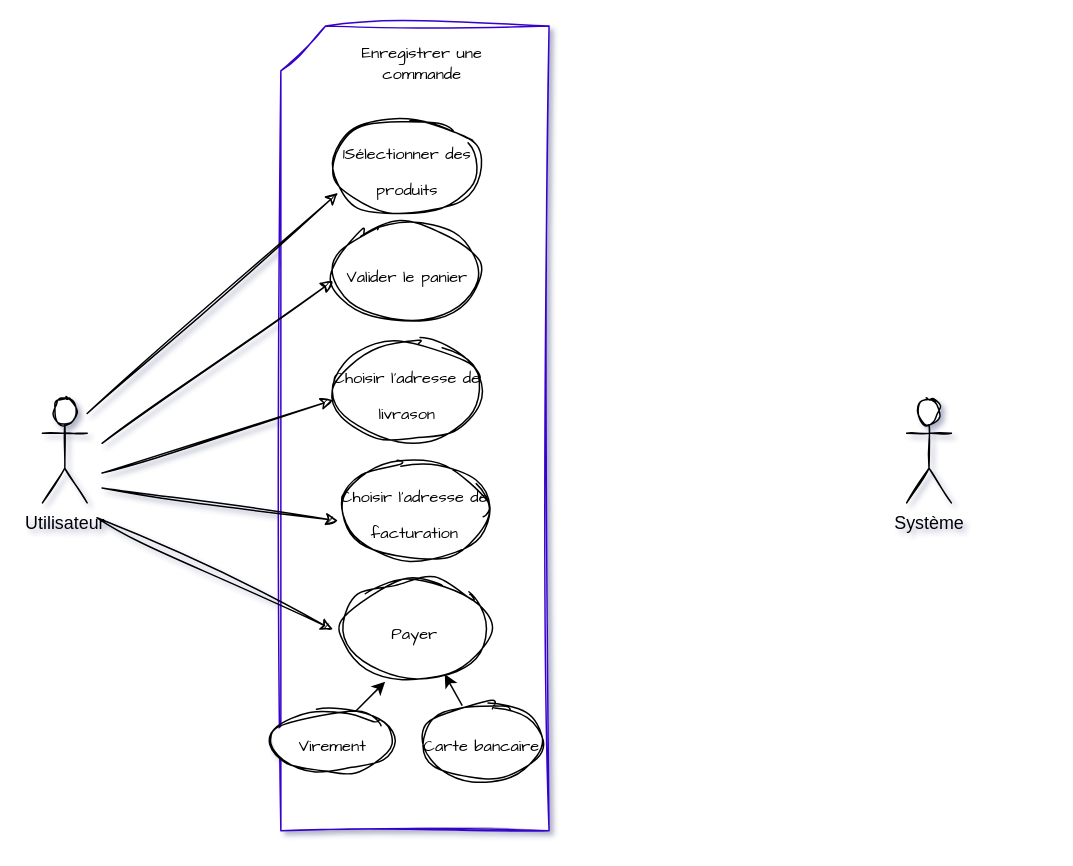
Before: UML/diagramme/casUtilisationEnregistrer.drawio in DioufFLR/TheGoldenGun, a draw.io diagram. Source tidied: cells renumbered, new cells numbered last; positions are measured from the earlier drawing's top-left corner, leaving out a move shared by most shapes. Both pictures are drawn from the tidied source at 149%, with x=0, y=0 at pixel (42, 25).
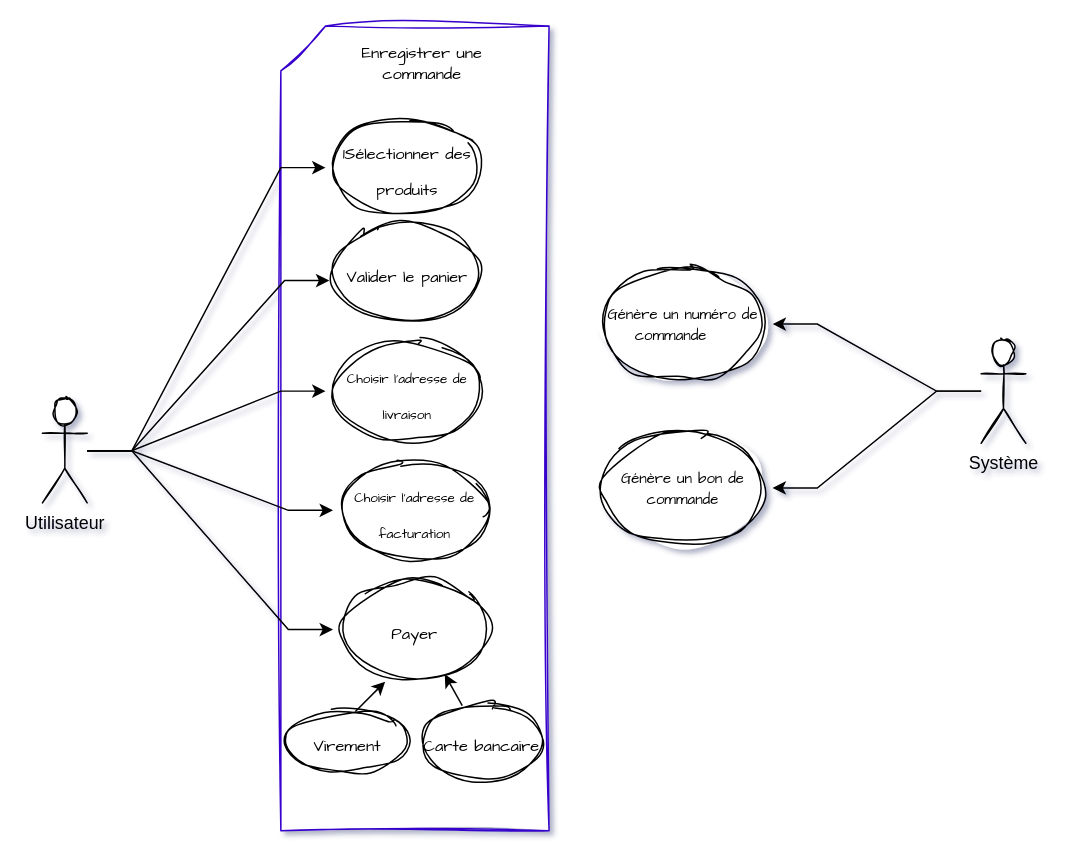
Above is the later version.

Commit message:
:hammer: diagramme de cas d'utlisation pour enregistrer une commande

Unchanged cells that the change refers to:
```xml
<mxCell id="3" value="Utilisateur&lt;br&gt;" style="shape=umlActor;verticalLabelPosition=bottom;verticalAlign=top;html=1;sketch=1;rounded=1;" parent="1" vertex="1">
  <mxGeometry y="250" width="30" height="70" as="geometry" />
</mxCell>
<mxCell id="4" value="&lt;font style=&quot;font-size: 11px;&quot;&gt;1Sélectionner des produits&lt;/font&gt;" style="ellipse;whiteSpace=wrap;html=1;sketch=1;hachureGap=4;jiggle=2;fontFamily=Architects Daughter;fontSize=20;" parent="1" vertex="1">
  <mxGeometry x="190" y="60" width="110" height="70" as="geometry" />
</mxCell>
<mxCell id="5" value="&lt;font style=&quot;font-size: 11px;&quot;&gt;Valider le panier&lt;/font&gt;" style="ellipse;whiteSpace=wrap;html=1;sketch=1;hachureGap=4;jiggle=2;fontFamily=Architects Daughter;fontSize=20;" parent="1" vertex="1">
  <mxGeometry x="190" y="130" width="110" height="70" as="geometry" />
</mxCell>
<mxCell id="14" value="&lt;font style=&quot;font-size: 11px;&quot;&gt;Payer&lt;br&gt;&lt;/font&gt;" style="ellipse;whiteSpace=wrap;html=1;sketch=1;hachureGap=4;jiggle=2;fontFamily=Architects Daughter;fontSize=20;" parent="1" vertex="1">
  <mxGeometry x="195" y="370" width="110" height="70" as="geometry" />
</mxCell>
```

Diff of the diagram source:
```diff
@@
+    <mxCell id="20" style="edgeStyle=entityRelationEdgeStyle;rounded=0;jettySize=auto;html=1;fontSize=10;" parent="1" edge="1" source="3" target="4">
+      <mxGeometry relative="1" as="geometry" />
+    </mxCell>
+    <mxCell id="21" style="edgeStyle=entityRelationEdgeStyle;rounded=0;jettySize=auto;html=1;entryX=0.023;entryY=0.583;entryDx=0;entryDy=0;entryPerimeter=0;fontSize=10;" parent="1" edge="1" source="3" target="5">
+      <mxGeometry relative="1" as="geometry" />
+    </mxCell>
+    <mxCell id="22" style="edgeStyle=entityRelationEdgeStyle;rounded=0;jettySize=auto;html=1;fontSize=10;" parent="1" edge="1" source="3" target="7">
+      <mxGeometry relative="1" as="geometry" />
+    </mxCell>
+    <mxCell id="23" style="edgeStyle=entityRelationEdgeStyle;rounded=0;jettySize=auto;html=1;entryX=0;entryY=0.5;entryDx=0;entryDy=0;fontSize=10;" parent="1" edge="1" source="3" target="6">
+      <mxGeometry relative="1" as="geometry" />
+    </mxCell>
+    <mxCell id="24" style="edgeStyle=entityRelationEdgeStyle;rounded=0;jettySize=auto;html=1;entryX=0;entryY=0.5;entryDx=0;entryDy=0;fontSize=10;" parent="1" edge="1" source="3" target="14">
+      <mxGeometry relative="1" as="geometry" />
+    </mxCell>
@@
-    <mxCell id="6" value="&lt;font style=&quot;font-size: 11px;&quot;&gt;Choisir l'adresse de facturation&lt;/font&gt;" style="ellipse;whiteSpace=wrap;html=1;sketch=1;hachureGap=4;jiggle=2;fontFamily=Architects Daughter;fontSize=20;" parent="1" vertex="1">
+    <mxCell id="6" value="&lt;font style=&quot;font-size: 9px;&quot;&gt;Choisir l'adresse de facturation&lt;/font&gt;" style="ellipse;whiteSpace=wrap;html=1;sketch=1;hachureGap=4;jiggle=2;fontFamily=Architects Daughter;fontSize=20;" parent="1" vertex="1">
       <mxGeometry x="195" y="290" width="110" height="70" as="geometry" />
     </mxCell>
-    <mxCell id="7" value="&lt;font style=&quot;font-size: 11px;&quot;&gt;Choisir l'adresse de livrason&lt;/font&gt;" style="ellipse;whiteSpace=wrap;html=1;sketch=1;hachureGap=4;jiggle=2;fontFamily=Architects Daughter;fontSize=20;" parent="1" vertex="1">
+    <mxCell id="7" value="&lt;font style=&quot;font-size: 9px;&quot;&gt;Choisir l'adresse de livraison&lt;/font&gt;" style="ellipse;whiteSpace=wrap;html=1;sketch=1;hachureGap=4;jiggle=2;fontFamily=Architects Daughter;fontSize=20;" parent="1" vertex="1">
       <mxGeometry x="190" y="210" width="110" height="70" as="geometry" />
     </mxCell>
-    <mxCell id="8" style="endArrow=classic;html=1;rounded=0;sketch=1;hachureGap=4;jiggle=2;fontFamily=Architects Daughter;fontSize=11;entryX=0.076;entryY=0.743;entryDx=0;entryDy=0;entryPerimeter=0;" parent="1" edge="1" target="4">
-      <mxGeometry relative="1" as="geometry">
-        <mxPoint x="30" y="260" as="sourcePoint" />
-      </mxGeometry>
-    </mxCell>
-    <mxCell id="9" style="endArrow=classic;html=1;rounded=0;sketch=1;hachureGap=4;jiggle=2;fontFamily=Architects Daughter;fontSize=11;entryX=0.076;entryY=0.743;entryDx=0;entryDy=0;entryPerimeter=0;" parent="1" edge="1">
-      <mxGeometry relative="1" as="geometry">
-        <mxPoint x="40" y="280" as="sourcePoint" />
-        <mxPoint x="195" y="171" as="targetPoint" />
-      </mxGeometry>
-    </mxCell>
-    <mxCell id="10" style="endArrow=classic;html=1;rounded=0;sketch=1;hachureGap=4;jiggle=2;fontFamily=Architects Daughter;fontSize=11;entryX=0.076;entryY=0.743;entryDx=0;entryDy=0;entryPerimeter=0;" parent="1" edge="1">
-      <mxGeometry relative="1" as="geometry">
-        <mxPoint x="40" y="300" as="sourcePoint" />
-        <mxPoint x="195" y="251" as="targetPoint" />
-      </mxGeometry>
-    </mxCell>
-    <mxCell id="11" style="endArrow=classic;html=1;rounded=0;sketch=1;hachureGap=4;jiggle=2;fontFamily=Architects Daughter;fontSize=11;entryX=0.076;entryY=0.743;entryDx=0;entryDy=0;entryPerimeter=0;" parent="1" edge="1">
-      <mxGeometry relative="1" as="geometry">
-        <mxPoint x="40" y="310" as="sourcePoint" />
-        <mxPoint x="198.4" y="332" as="targetPoint" />
-      </mxGeometry>
-    </mxCell>
@@
+    <mxCell id="25" style="edgeStyle=entityRelationEdgeStyle;rounded=0;jettySize=auto;html=1;entryX=1;entryY=0.5;entryDx=0;entryDy=0;fontSize=10;" parent="1" edge="1" source="13" target="27">
+      <mxGeometry relative="1" as="geometry" />
+    </mxCell>
+    <mxCell id="26" style="edgeStyle=entityRelationEdgeStyle;rounded=0;jettySize=auto;html=1;fontSize=10;" parent="1" edge="1" source="13" target="28">
+      <mxGeometry relative="1" as="geometry" />
+    </mxCell>
     <mxCell id="13" value="Système" style="shape=umlActor;verticalLabelPosition=bottom;verticalAlign=top;html=1;sketch=1;rounded=1;" parent="1" vertex="1">
-      <mxGeometry x="580" y="250" width="30" height="70" as="geometry" />
+      <mxGeometry x="630" y="210" width="30" height="70" as="geometry" />
     </mxCell>
@@
-    <mxCell id="15" style="endArrow=classic;html=1;rounded=0;sketch=1;hachureGap=4;jiggle=2;fontFamily=Architects Daughter;fontSize=11;entryX=0;entryY=0.5;entryDx=0;entryDy=0;" parent="1" edge="1" target="14">
-      <mxGeometry relative="1" as="geometry">
-        <mxPoint x="36.6" y="330" as="sourcePoint" />
-      </mxGeometry>
-    </mxCell>
@@
     <mxCell id="17" value="&lt;font style=&quot;font-size: 11px;&quot;&gt;Virement&lt;br&gt;&lt;/font&gt;" style="ellipse;whiteSpace=wrap;html=1;sketch=1;hachureGap=4;jiggle=2;fontFamily=Architects Daughter;fontSize=20;" parent="1" vertex="1">
-      <mxGeometry x="150" y="460" width="90" height="40" as="geometry" />
+      <mxGeometry x="160" y="460" width="90" height="40" as="geometry" />
     </mxCell>
@@
+    <mxCell id="27" value="&lt;p style=&quot;line-height: 140%; font-size: 10px;&quot;&gt;&lt;font style=&quot;font-size: 10px;&quot;&gt;Génère un numéro de commande&lt;span style=&quot;white-space: pre;&quot;&gt;&#9;&lt;/span&gt;&lt;/font&gt;&lt;/p&gt;" style="ellipse;whiteSpace=wrap;html=1;sketch=1;hachureGap=4;jiggle=2;fontFamily=Architects Daughter;fontSize=20;" parent="1" vertex="1">
+      <mxGeometry x="370" y="160" width="120" height="80" as="geometry" />
+    </mxCell>
+    <mxCell id="28" value="&lt;p style=&quot;line-height: 140%; font-size: 10px;&quot;&gt;Génère un bon de commande&lt;/p&gt;" style="ellipse;whiteSpace=wrap;html=1;sketch=1;hachureGap=4;jiggle=2;fontFamily=Architects Daughter;fontSize=20;" parent="1" vertex="1">
+      <mxGeometry x="370" y="270" width="120" height="80" as="geometry" />
+    </mxCell>
```
